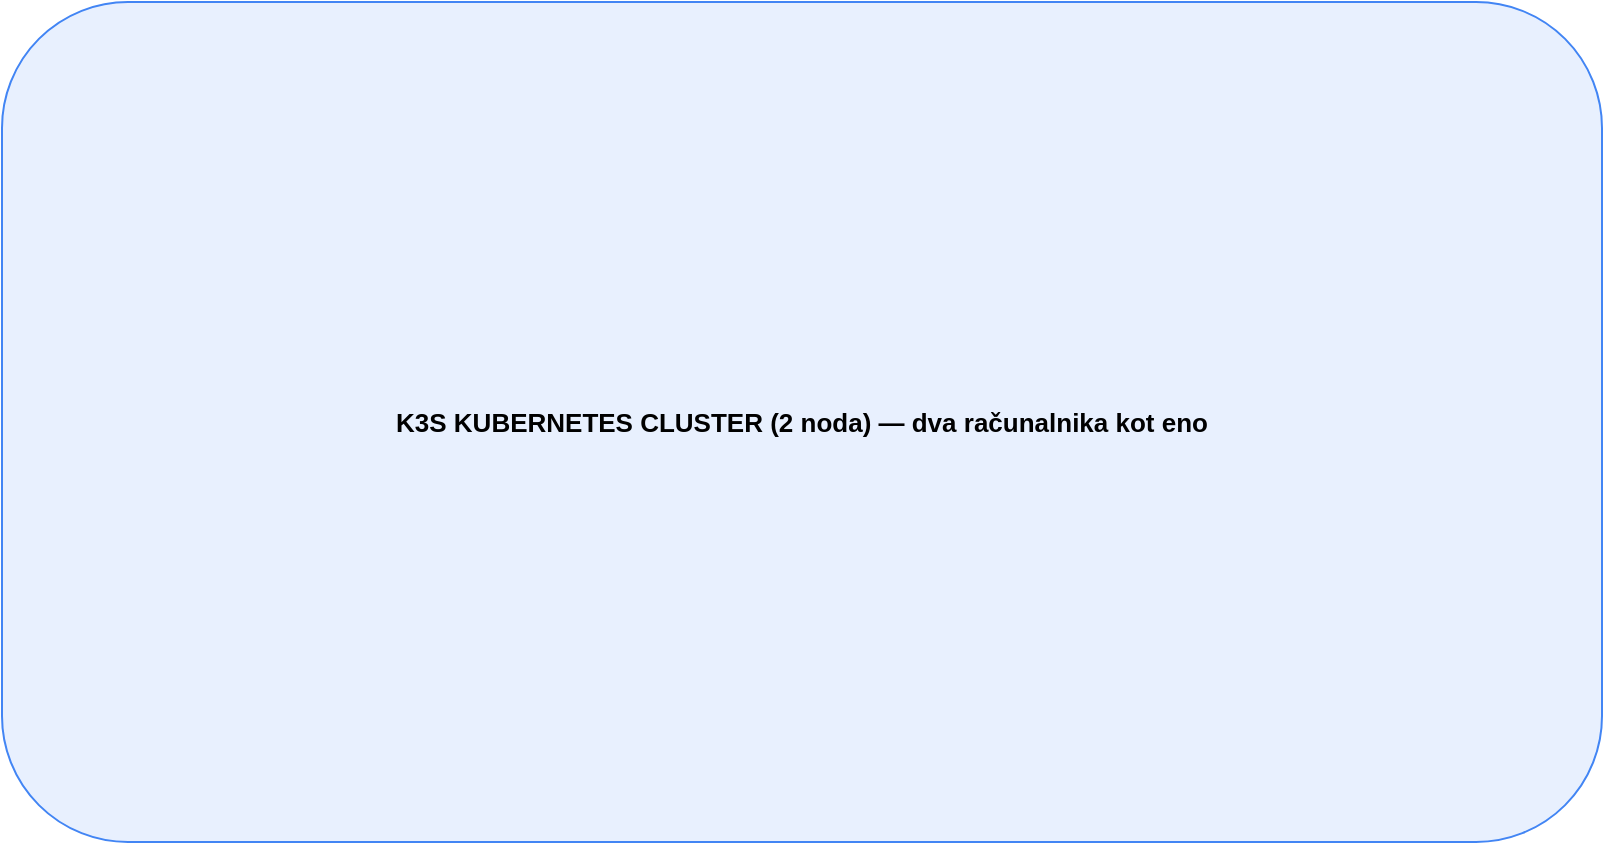
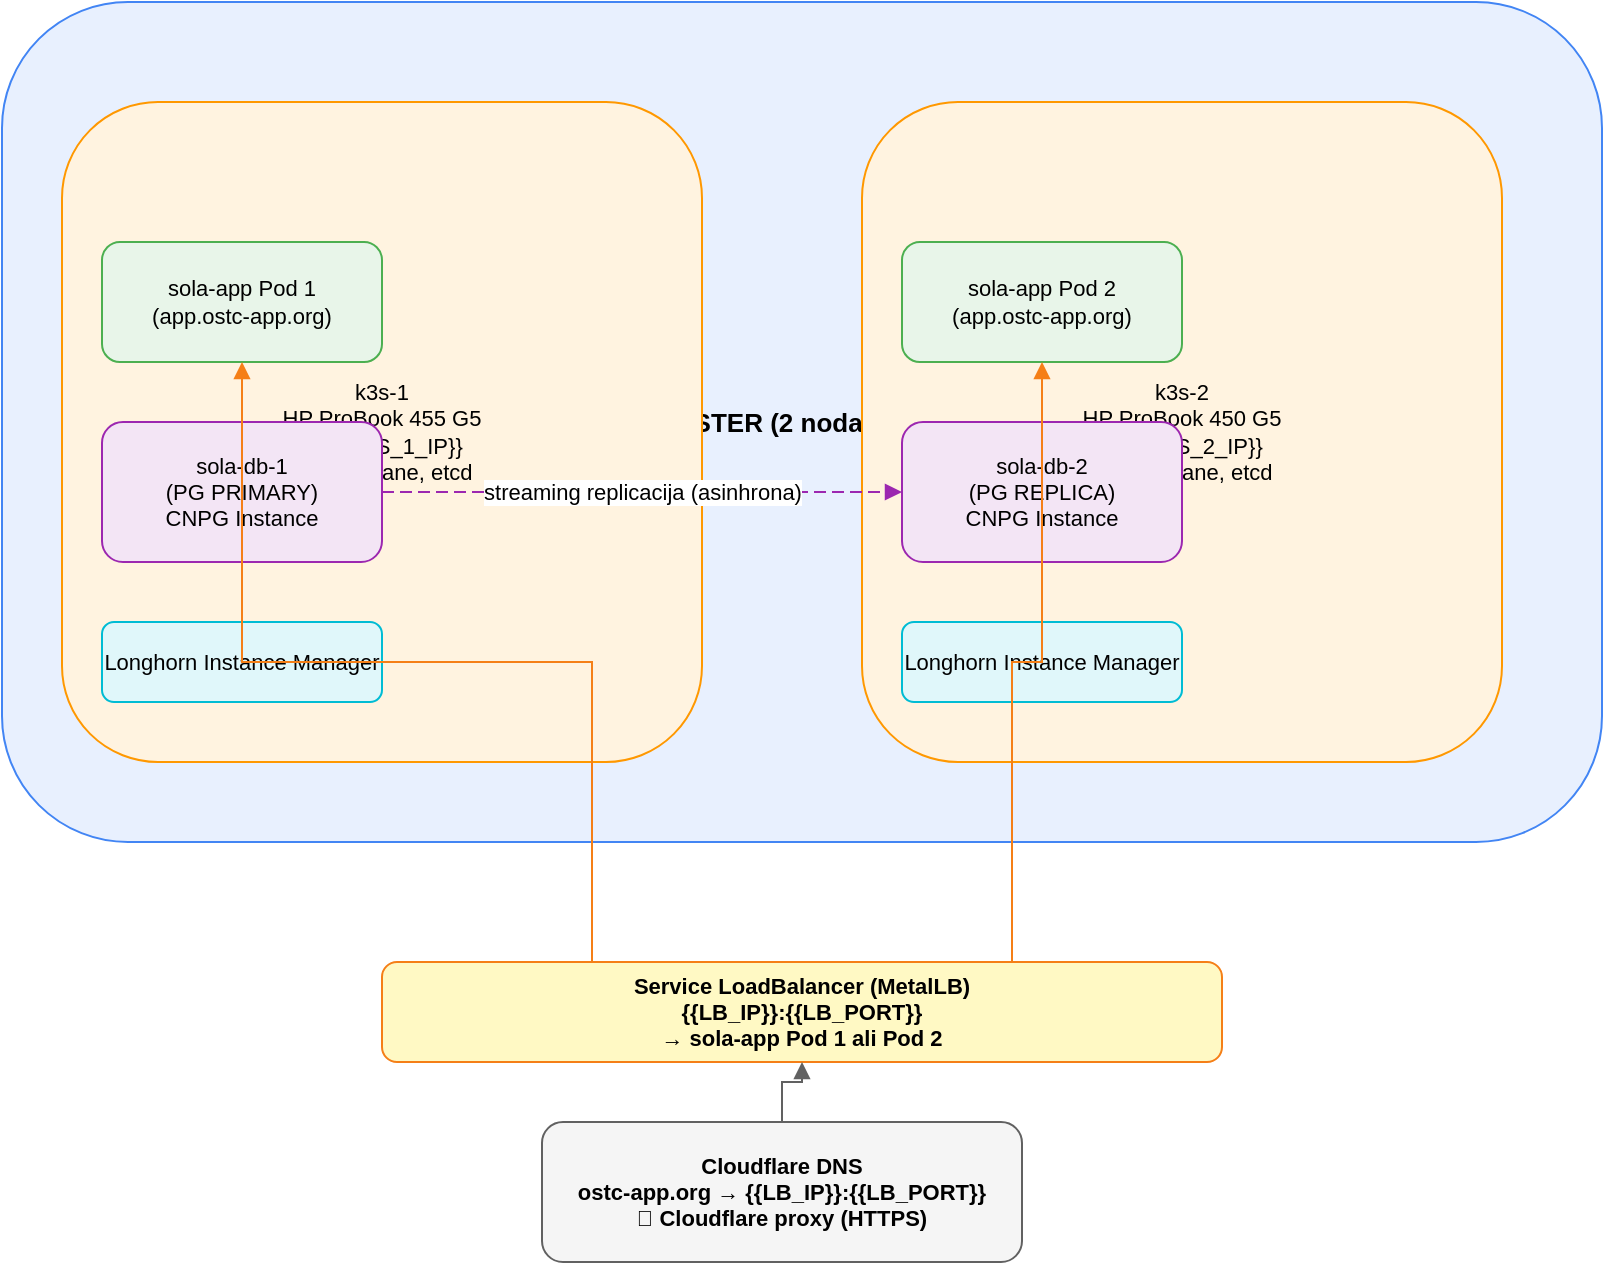
<?xml version="1.0" encoding="UTF-8"?>
<mxfile host="app.diagrams.net" agent="Hermes Agent" version="24.2.5">
  <diagram name="arhitektura" id="diagram-arhitektura.drawio">
    <mxGraphModel dx="1000" dy="600" grid="1" gridSize="10" guides="1" tooltips="1" connect="1" arrows="1" fold="1" page="1" pageScale="1" pageWidth="827" pageHeight="1169" math="0" shadow="0">
      <root>
        <mxCell id="0" />
        <mxCell id="1" parent="0" />
        <mxCell id="d1-2" value="K3S KUBERNETES CLUSTER (2 noda) — dva računalnika kot eno" style="rounded=1;whiteSpace=wrap;html=1;fillColor=#E8F0FE;strokeColor=#4285F4;fontStyle=1;fontSize=13;" vertex="1" parent="1">
          <mxGeometry x="10" y="10" width="800" height="420" as="geometry" />
        </mxCell>
-         <mxCell id="d1-3" value="k3s-1<br>HP ProBook 455 G5<br>IP: {{K3S_1_IP}}<br><i>control-plane, etcd</i>" style="rounded=1;whiteSpace=wrap;html=1;fillColor=#FFF3E0;strokeColor=#FF9800;fontSize=11;" vertex="1" parent="1">
+         <mxCell id="d1-3" value="k3s-1&#xa;HP ProBook 455 G5&#xa;IP: {{K3S_1_IP}}&#xa;control-plane, etcd" style="rounded=1;whiteSpace=wrap;html=1;fillColor=#FFF3E0;strokeColor=#FF9800;fontSize=11;" vertex="1" parent="1">
          <mxGeometry x="40" y="60" width="320" height="330" as="geometry" />
        </mxCell>
-         <mxCell id="d1-4" value="k3s-2<br>HP ProBook 450 G5<br>IP: {{K3S_2_IP}}<br><i>control-plane, etcd</i>" style="rounded=1;whiteSpace=wrap;html=1;fillColor=#FFF3E0;strokeColor=#FF9800;fontSize=11;" vertex="1" parent="1">
+         <mxCell id="d1-4" value="k3s-2&#xa;HP ProBook 450 G5&#xa;IP: {{K3S_2_IP}}&#xa;control-plane, etcd" style="rounded=1;whiteSpace=wrap;html=1;fillColor=#FFF3E0;strokeColor=#FF9800;fontSize=11;" vertex="1" parent="1">
          <mxGeometry x="440" y="60" width="320" height="330" as="geometry" />
        </mxCell>
-         <mxCell id="d1-5" value="sola-app Pod 1<br>(app.ostc-app.org)" style="rounded=1;whiteSpace=wrap;html=1;fillColor=#E8F5E9;strokeColor=#4CAF50;fontSize=11;" vertex="1" parent="1">
+         <mxCell id="d1-5" value="sola-app Pod 1&#xa;(app.ostc-app.org)" style="rounded=1;whiteSpace=wrap;html=1;fillColor=#E8F5E9;strokeColor=#4CAF50;fontSize=11;" vertex="1" parent="1">
          <mxGeometry x="60" y="130" width="140" height="60" as="geometry" />
        </mxCell>
-         <mxCell id="d1-6" value="sola-app Pod 2<br>(app.ostc-app.org)" style="rounded=1;whiteSpace=wrap;html=1;fillColor=#E8F5E9;strokeColor=#4CAF50;fontSize=11;" vertex="1" parent="1">
+         <mxCell id="d1-6" value="sola-app Pod 2&#xa;(app.ostc-app.org)" style="rounded=1;whiteSpace=wrap;html=1;fillColor=#E8F5E9;strokeColor=#4CAF50;fontSize=11;" vertex="1" parent="1">
          <mxGeometry x="460" y="130" width="140" height="60" as="geometry" />
        </mxCell>
-         <mxCell id="d1-7" value="sola-db-1<br>(PG PRIMARY)<br>CNPG Instance" style="rounded=1;whiteSpace=wrap;html=1;fillColor=#F3E5F5;strokeColor=#9C27B0;fontSize=11;" vertex="1" parent="1">
+         <mxCell id="d1-7" value="sola-db-1&#xa;(PG PRIMARY)&#xa;CNPG Instance" style="rounded=1;whiteSpace=wrap;html=1;fillColor=#F3E5F5;strokeColor=#9C27B0;fontSize=11;" vertex="1" parent="1">
          <mxGeometry x="60" y="220" width="140" height="70" as="geometry" />
        </mxCell>
-         <mxCell id="d1-8" value="sola-db-2<br>(PG REPLICA)<br>CNPG Instance" style="rounded=1;whiteSpace=wrap;html=1;fillColor=#F3E5F5;strokeColor=#9C27B0;fontSize=11;" vertex="1" parent="1">
+         <mxCell id="d1-8" value="sola-db-2&#xa;(PG REPLICA)&#xa;CNPG Instance" style="rounded=1;whiteSpace=wrap;html=1;fillColor=#F3E5F5;strokeColor=#9C27B0;fontSize=11;" vertex="1" parent="1">
          <mxGeometry x="460" y="220" width="140" height="70" as="geometry" />
        </mxCell>
        <mxCell id="d1-9" value="Longhorn Instance Manager" style="rounded=1;whiteSpace=wrap;html=1;fillColor=#E0F7FA;strokeColor=#00BCD4;fontSize=11;" vertex="1" parent="1">
          <mxGeometry x="60" y="320" width="140" height="40" as="geometry" />
        </mxCell>
        <mxCell id="d1-10" value="Longhorn Instance Manager" style="rounded=1;whiteSpace=wrap;html=1;fillColor=#E0F7FA;strokeColor=#00BCD4;fontSize=11;" vertex="1" parent="1">
          <mxGeometry x="460" y="320" width="140" height="40" as="geometry" />
        </mxCell>
        <mxCell id="d1-11" value="streaming replicacija (asinhrona)" style="edgeStyle=orthogonalEdgeStyle;rounded=0;orthogonalLoop=1;jettySize=auto;html=1;endArrow=block;dashed=1;dashPattern=6 3;strokeColor=#9C27B0;fontSize=11;" edge="1" parent="1" source="d1-7" target="d1-8">
          <mxGeometry relative="1" as="geometry">
            <mxPoint as="offset" />
          </mxGeometry>
        </mxCell>
-         <mxCell id="d1-12" value="Service LoadBalancer (MetalLB)<br>{{LB_IP}}:{{LB_PORT}}<br>→ sola-app Pod 1 ali Pod 2" style="rounded=1;whiteSpace=wrap;html=1;fillColor=#FFF9C4;strokeColor=#F57F17;fontSize=11;fontStyle=1;" vertex="1" parent="1">
+         <mxCell id="d1-12" value="Service LoadBalancer (MetalLB)&#xa;{{LB_IP}}:{{LB_PORT}}&#xa;→ sola-app Pod 1 ali Pod 2" style="rounded=1;whiteSpace=wrap;html=1;fillColor=#FFF9C4;strokeColor=#F57F17;fontSize=11;fontStyle=1;" vertex="1" parent="1">
          <mxGeometry x="200" y="490" width="420" height="50" as="geometry" />
        </mxCell>
-         <mxCell id="d1-13" value="Cloudflare DNS<br>ostc-app.org → {{LB_IP}}:{{LB_PORT}}<br>📡 Cloudflare proxy (HTTPS)" style="rounded=1;whiteSpace=wrap;html=1;fillColor=#F5F5F5;strokeColor=#616161;fontSize=11;fontStyle=1;" vertex="1" parent="1">
+         <mxCell id="d1-13" value="Cloudflare DNS&#xa;ostc-app.org → {{LB_IP}}:{{LB_PORT}}&#xa;📡 Cloudflare proxy (HTTPS)" style="rounded=1;whiteSpace=wrap;html=1;fillColor=#F5F5F5;strokeColor=#616161;fontSize=11;fontStyle=1;" vertex="1" parent="1">
          <mxGeometry x="280" y="570" width="240" height="70" as="geometry" />
        </mxCell>
        <mxCell id="d1-14" style="edgeStyle=orthogonalEdgeStyle;rounded=0;orthogonalLoop=1;jettySize=auto;html=1;endArrow=block;strokeColor=#616161;" edge="1" parent="1" source="d1-13" target="d1-12">
          <mxGeometry relative="1" as="geometry" />
        </mxCell>
        <mxCell id="d1-15" style="edgeStyle=orthogonalEdgeStyle;rounded=0;orthogonalLoop=1;jettySize=auto;html=1;endArrow=block;strokeColor=#F57F17;exitX=0.25;exitY=0;" edge="1" parent="1" source="d1-12" target="d1-5">
          <mxGeometry relative="1" as="geometry" />
        </mxCell>
        <mxCell id="d1-16" style="edgeStyle=orthogonalEdgeStyle;rounded=0;orthogonalLoop=1;jettySize=auto;html=1;endArrow=block;strokeColor=#F57F17;exitX=0.75;exitY=0;" edge="1" parent="1" source="d1-12" target="d1-6">
          <mxGeometry relative="1" as="geometry" />
        </mxCell>
      </root>
    </mxGraphModel>
  </diagram>
</mxfile>